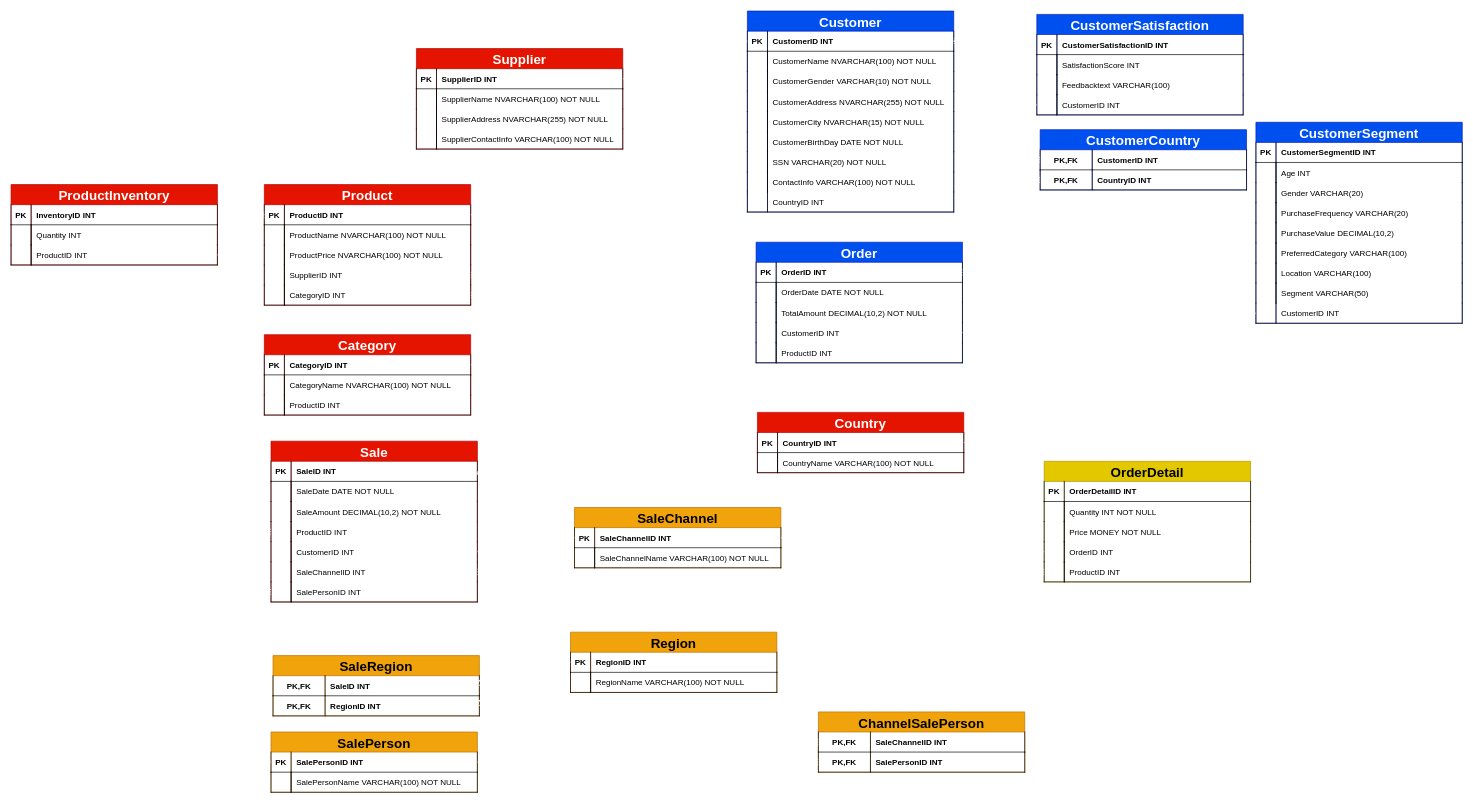
Above: 04DrawIO/CookieCrumbles.drawio in KristoferFangrat/ExamAssignment (draw.io), before the change. Source tidied: cells renumbered, new cells numbered last; positions are measured from the earlier drawing's top-left corner, leaving out a move shared by most shapes. Both pictures are drawn from the tidied source at 67%, with x=0, y=0 at pixel (11, 11).
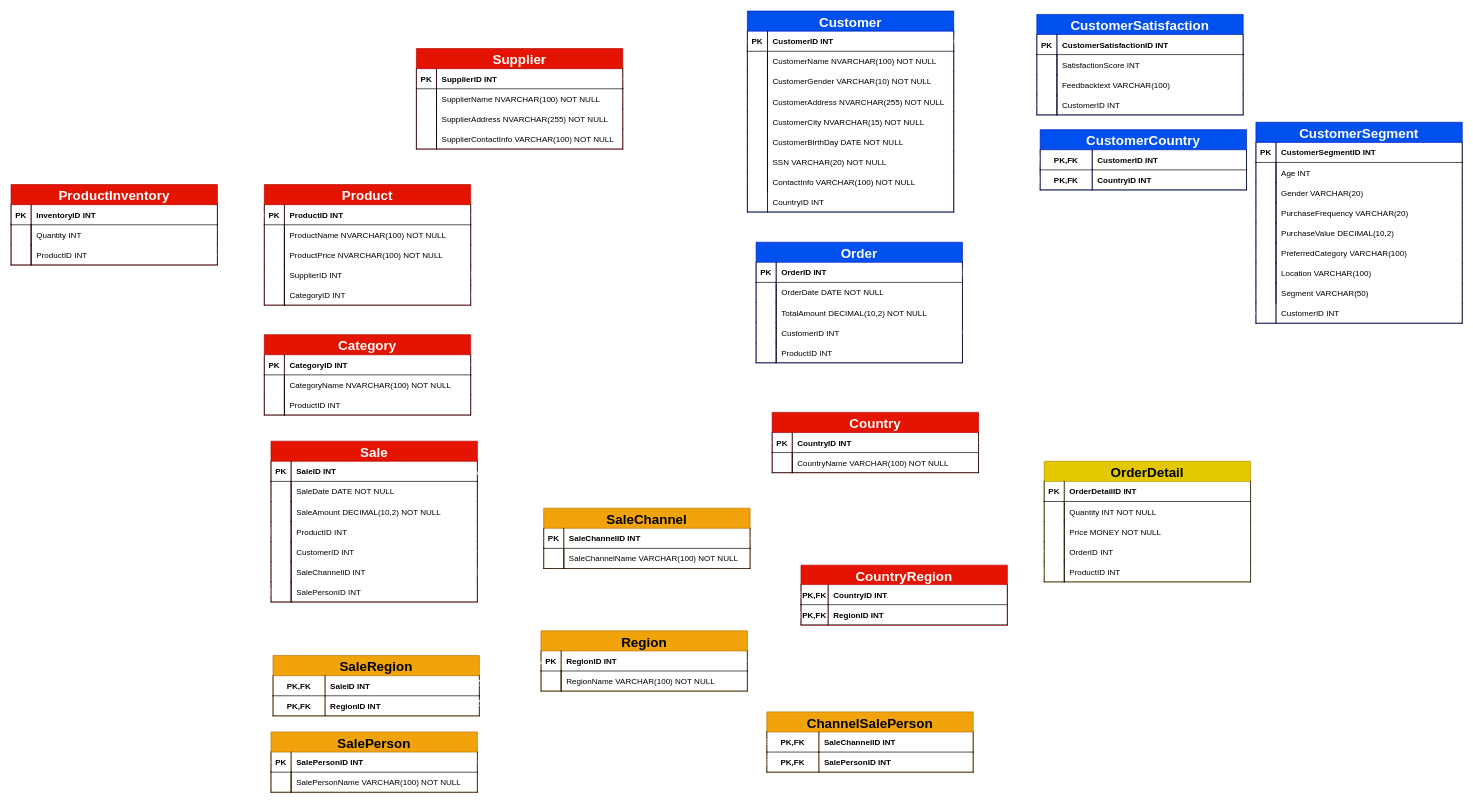
The same diagram, later.

Unchanged cells that the change refers to:
```xml
<mxCell id="70" style="shape=tableRow;horizontal=0;startSize=0;swimlaneHead=0;swimlaneBody=0;fillColor=none;points=[[0,0.5],[1,0.5]];portConstraint=eastwest;top=0;left=0;right=0;bottom=1;sketch=0;hachureGap=4;jiggle=2;curveFitting=1;fontFamily=Architects Daughter;fontSize=20;" parent="69" vertex="1">
  <mxGeometry y="30" width="308" height="30" as="geometry" />
</mxCell>
<mxCell id="107" style="shape=tableRow;horizontal=0;startSize=0;swimlaneHead=0;swimlaneBody=0;fillColor=none;points=[[0,0.5],[1,0.5]];portConstraint=eastwest;top=0;left=0;right=0;bottom=1;sketch=0;hachureGap=4;jiggle=2;curveFitting=1;fontFamily=Architects Daughter;fontSize=20;" parent="106" vertex="1">
  <mxGeometry y="30" width="308" height="30" as="geometry" />
</mxCell>
<mxCell id="182" style="shape=tableRow;horizontal=0;startSize=0;swimlaneHead=0;swimlaneBody=0;fillColor=none;points=[[0,0.5],[1,0.5]];portConstraint=eastwest;top=0;left=0;right=0;bottom=1;sketch=0;hachureGap=4;jiggle=2;curveFitting=1;fontFamily=Architects Daughter;fontSize=20;" parent="178" vertex="1">
  <mxGeometry y="60" width="308" height="30" as="geometry" />
</mxCell>
```

Change to the diagram source:
```diff
@@
     <mxCell id="69" value="Country" style="shape=table;startSize=30;childLayout=tableLayout;rowLines=0;fontStyle=1;align=center;sketch=0;hachureGap=4;jiggle=2;curveFitting=1;fontFamily=Helvetica;fontSize=20;swimlaneLine=1;rounded=0;fillColor=#e51400;fontColor=#ffffff;strokeColor=#B20000;" parent="1" vertex="1">
-      <mxGeometry x="1114" y="599" width="308" height="90" as="geometry" />
+      <mxGeometry x="1136" y="599" width="308" height="90" as="geometry" />
     </mxCell>
@@
     <mxCell id="92" value="SaleChannel" style="shape=table;startSize=30;childLayout=tableLayout;rowLines=0;fontStyle=1;align=center;sketch=0;hachureGap=4;jiggle=2;curveFitting=1;fontFamily=Helvetica;fontSize=20;swimlaneLine=1;rounded=0;fillColor=#f0a30a;fontColor=#000000;strokeColor=#BD7000;" parent="1" vertex="1">
-      <mxGeometry x="841" y="741" width="308" height="90" as="geometry" />
+      <mxGeometry x="795" y="742" width="308" height="90" as="geometry" />
     </mxCell>
@@
     <mxCell id="106" value="Region" style="shape=table;startSize=30;childLayout=tableLayout;rowLines=0;fontStyle=1;align=center;sketch=0;hachureGap=4;jiggle=2;curveFitting=1;fontFamily=Helvetica;fontSize=20;swimlaneLine=1;rounded=0;fillColor=#f0a30a;fontColor=#000000;strokeColor=#BD7000;" parent="1" vertex="1">
-      <mxGeometry x="835" y="927" width="308" height="90" as="geometry" />
+      <mxGeometry x="791" y="925" width="308" height="90" as="geometry" />
     </mxCell>
@@
     <mxCell id="169" value="ChannelSalePerson" style="shape=table;startSize=30;childLayout=tableLayout;rowLines=0;fontStyle=1;align=center;sketch=0;hachureGap=4;jiggle=2;curveFitting=1;fontFamily=Helvetica;fontSize=20;swimlaneLine=1;rounded=0;fillColor=#f0a30a;fontColor=#000000;strokeColor=#BD7000;" parent="1" vertex="1">
-      <mxGeometry x="1205" y="1046" width="308" height="90" as="geometry" />
+      <mxGeometry x="1128" y="1046" width="308" height="90" as="geometry" />
     </mxCell>
@@
     <mxCell id="185" style="edgeStyle=orthogonalEdgeStyle;shape=connector;rounded=0;sketch=0;hachureGap=4;jiggle=2;curveFitting=1;html=1;exitX=1;exitY=0.5;exitDx=0;exitDy=0;entryX=0;entryY=0.5;entryDx=0;entryDy=0;labelBackgroundColor=default;strokeColor=#FFFFFF;fontFamily=Architects Daughter;fontSize=12;fontColor=default;startArrow=ERoneToMany;startFill=0;endArrow=ERone;endFill=0;" parent="1" edge="1" source="182" target="107">
       <mxGeometry relative="1" as="geometry">
         <Array as="points">
-          <mxPoint x="819" y="1036" />
-          <mxPoint x="819" y="973" />
+          <mxPoint x="766" y="1036" />
+          <mxPoint x="766" y="973" />
+          <mxPoint x="791" y="973" />
         </Array>
       </mxGeometry>
     </mxCell>
@@
+    <mxCell id="241" value="CountryRegion" style="shape=table;startSize=29;childLayout=tableLayout;rowLines=0;fontStyle=1;align=center;sketch=0;hachureGap=4;jiggle=2;curveFitting=1;fontFamily=Helvetica;fontSize=20;swimlaneLine=1;rounded=0;fillColor=#e51400;fontColor=#ffffff;strokeColor=#B20000;" parent="1" vertex="1">
+      <mxGeometry x="1179" y="827" width="308" height="90" as="geometry" />
+    </mxCell>
+    <mxCell id="242" style="shape=tableRow;horizontal=0;startSize=0;swimlaneHead=0;swimlaneBody=0;fillColor=none;points=[[0,0.5],[1,0.5]];portConstraint=eastwest;top=0;left=0;right=0;bottom=1;sketch=0;hachureGap=4;jiggle=2;curveFitting=1;fontFamily=Architects Daughter;fontSize=20;" parent="241" vertex="1">
+      <mxGeometry y="29" width="308" height="30" as="geometry" />
+    </mxCell>
+    <mxCell id="243" value="PK,FK" style="shape=partialRectangle;fillColor=none;top=0;left=1;bottom=0;right=0;fontStyle=1;overflow=hidden;sketch=0;hachureGap=4;jiggle=2;curveFitting=1;fontFamily=Helvetica;fontSize=12;" parent="242" vertex="1">
+      <mxGeometry width="40.6" height="30" as="geometry" />
+    </mxCell>
+    <mxCell id="244" value="CountryID INT" style="shape=partialRectangle;fillColor=none;top=0;left=1;bottom=0;right=1;align=left;spacingLeft=6;fontStyle=1;overflow=hidden;sketch=0;hachureGap=4;jiggle=2;curveFitting=1;fontFamily=Helvetica;fontSize=12;" parent="242" vertex="1">
+      <mxGeometry x="40.6" width="267.4" height="30" as="geometry" />
+    </mxCell>
+    <mxCell id="245" style="shape=tableRow;horizontal=0;startSize=0;swimlaneHead=0;swimlaneBody=0;fillColor=none;points=[[0,0.5],[1,0.5]];portConstraint=eastwest;top=0;left=0;right=0;bottom=1;sketch=0;hachureGap=4;jiggle=2;curveFitting=1;fontFamily=Architects Daughter;fontSize=20;" parent="241" vertex="1">
+      <mxGeometry y="59" width="308" height="30" as="geometry" />
+    </mxCell>
+    <mxCell id="246" value="PK,FK" style="shape=partialRectangle;fillColor=none;top=0;left=1;bottom=0;right=0;fontStyle=1;overflow=hidden;sketch=0;hachureGap=4;jiggle=2;curveFitting=1;fontFamily=Helvetica;fontSize=12;" parent="245" vertex="1">
+      <mxGeometry width="40.6" height="30" as="geometry" />
+    </mxCell>
+    <mxCell id="247" value="RegionID INT" style="shape=partialRectangle;fillColor=none;top=0;left=1;bottom=0;right=1;align=left;spacingLeft=6;fontStyle=1;overflow=hidden;sketch=0;hachureGap=4;jiggle=2;curveFitting=1;fontFamily=Helvetica;fontSize=12;" parent="245" vertex="1">
+      <mxGeometry x="40.6" width="267.4" height="30" as="geometry" />
+    </mxCell>
+    <mxCell id="248" style="edgeStyle=orthogonalEdgeStyle;shape=connector;rounded=0;sketch=0;hachureGap=4;jiggle=2;curveFitting=1;html=1;exitX=0;exitY=0.5;exitDx=0;exitDy=0;entryX=0;entryY=0.5;entryDx=0;entryDy=0;labelBackgroundColor=default;strokeColor=#FFFFFF;fontFamily=Architects Daughter;fontSize=12;fontColor=default;startArrow=ERoneToMany;startFill=0;endArrow=ERone;endFill=0;" parent="1" edge="1" source="242" target="70">
+      <mxGeometry relative="1" as="geometry">
+        <Array as="points">
+          <mxPoint x="1116" y="871" />
+          <mxPoint x="1116" y="644" />
+        </Array>
+      </mxGeometry>
+    </mxCell>
+    <mxCell id="249" style="edgeStyle=orthogonalEdgeStyle;shape=connector;rounded=0;sketch=0;hachureGap=4;jiggle=2;curveFitting=1;html=1;exitX=0;exitY=0.5;exitDx=0;exitDy=0;entryX=1;entryY=0.5;entryDx=0;entryDy=0;labelBackgroundColor=default;strokeColor=#FFFFFF;fontFamily=Architects Daughter;fontSize=12;fontColor=default;startArrow=ERoneToMany;startFill=0;endArrow=ERone;endFill=0;" parent="1" edge="1" source="245" target="107">
+      <mxGeometry relative="1" as="geometry" />
+    </mxCell>
```
